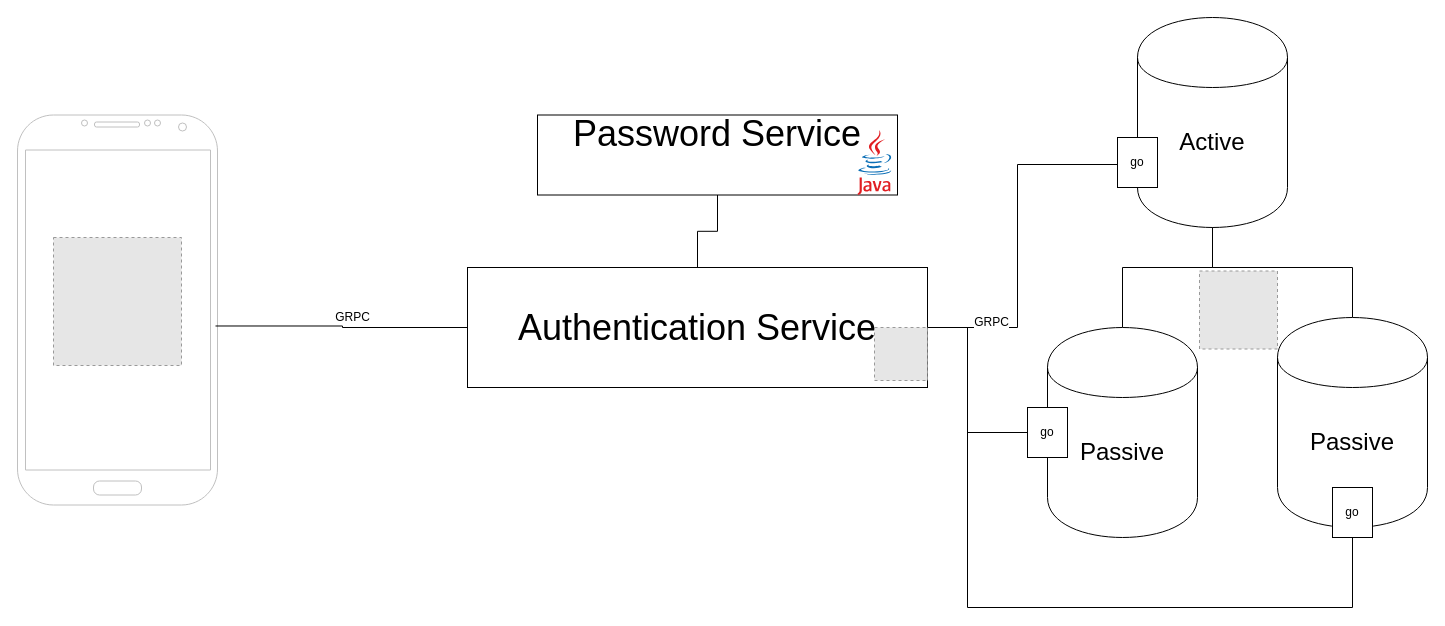
JoseIgnacioRetamalThomsen/FinalYearProject keeps this draw.io diagram as img/AuthService-UML.drawio. Above is the earlier version. Source tidied: cells renumbered, new cells numbered last; positions are measured from the earlier drawing's top-left corner, leaving out a move shared by most shapes. Both pictures are drawn from the tidied source at 100%, with x=0, y=0 at pixel (17, 17). Pictures stored in the file or linked from it are replaced by grey dashed boxes.
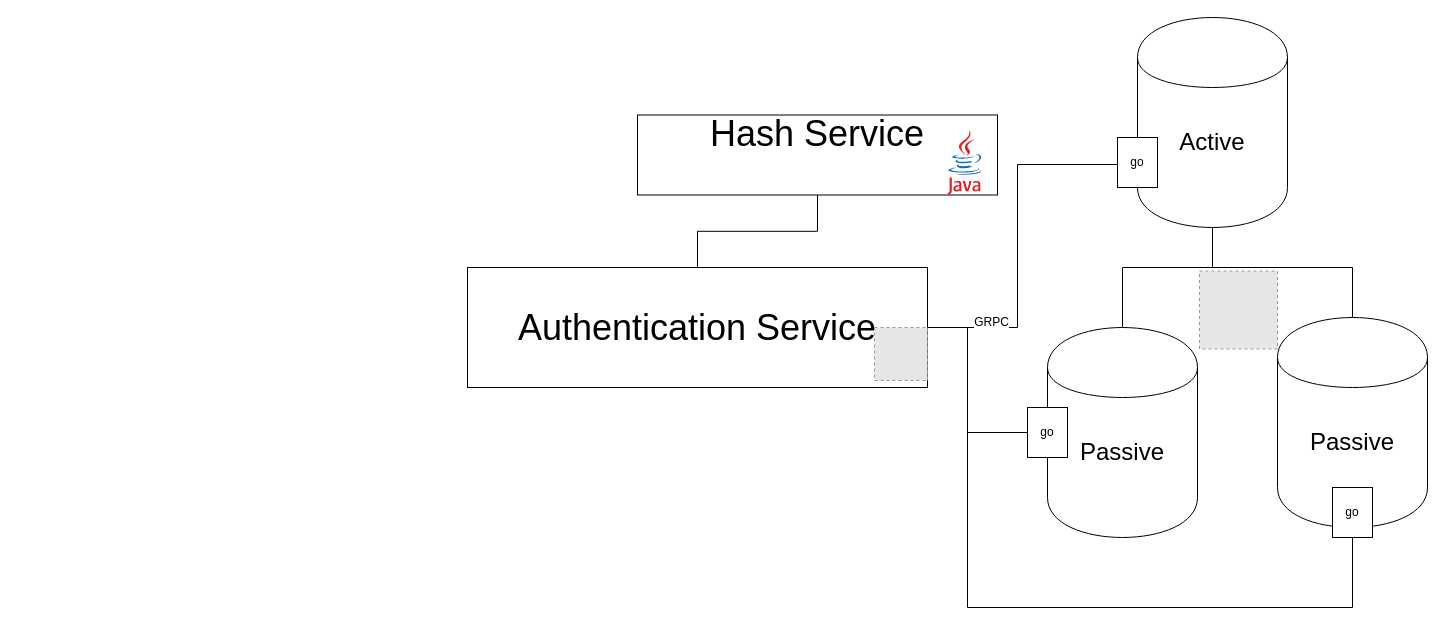
Above is the later version.

The change refers to these unchanged cells:
```xml
<mxCell id="14" value="&lt;font style=&quot;font-size: 36px&quot;&gt;Authentication Service&lt;/font&gt;" style="rounded=0;whiteSpace=wrap;html=1;" parent="1" vertex="1">
  <mxGeometry x="450" y="250" width="460" height="120" as="geometry" />
</mxCell>
```

The edit, as a diff of the source:
```diff
@@
-    <mxCell id="7" style="verticalLabelPosition=bottom;verticalAlign=top;html=1;shadow=0;dashed=0;strokeWidth=1;shape=mxgraph.android.phone2;strokeColor=#c0c0c0;" parent="1" vertex="1">
-      <mxGeometry y="97.5" width="200" height="390" as="geometry" />
-    </mxCell>
@@
-    <mxCell id="12" style="edgeStyle=orthogonalEdgeStyle;rounded=0;jettySize=auto;html=1;entryX=0.99;entryY=0.541;entryDx=0;entryDy=0;entryPerimeter=0;endArrow=none;endFill=0;" parent="1" edge="1" source="14" target="7">
-      <mxGeometry relative="1" as="geometry" />
-    </mxCell>
@@
-    <mxCell id="15" value="&lt;div style=&quot;font-size: 36px&quot; align=&quot;center&quot;&gt;&lt;font style=&quot;font-size: 36px&quot;&gt;Password Service&lt;/font&gt;&lt;/div&gt;&lt;div style=&quot;font-size: 36px&quot; align=&quot;center&quot;&gt;&lt;font style=&quot;font-size: 36px&quot;&gt;&lt;br&gt;&lt;/font&gt;&lt;/div&gt;" style="rounded=0;whiteSpace=wrap;html=1;align=center;" parent="1" vertex="1">
-      <mxGeometry x="520" y="97.5" width="360" height="80" as="geometry" />
+    <mxCell id="15" value="&lt;div style=&quot;font-size: 36px&quot; align=&quot;center&quot;&gt;&lt;font style=&quot;font-size: 36px&quot;&gt;Hash Service&lt;/font&gt;&lt;/div&gt;&lt;div style=&quot;font-size: 36px&quot; align=&quot;center&quot;&gt;&lt;font style=&quot;font-size: 36px&quot;&gt;&lt;br&gt;&lt;/font&gt;&lt;/div&gt;" style="rounded=0;whiteSpace=wrap;html=1;align=center;" parent="1" vertex="1">
+      <mxGeometry x="620" y="97.5" width="360" height="80" as="geometry" />
     </mxCell>
@@
     <mxCell id="19" style="dashed=0;html=1;align=center;labelPosition=center;verticalLabelPosition=bottom;verticalAlign=top;shape=mxgraph.weblogos.java;" parent="1" vertex="1">
-      <mxGeometry x="840" y="112.5" width="34.4" height="65" as="geometry" />
+      <mxGeometry x="930" y="112.5" width="34.4" height="65" as="geometry" />
     </mxCell>
@@
-    <mxCell id="21" style="fillColor=#E6E6E6;strokeColor=#999999;dashed=1;html=1;verticalAlign=top;verticalLabelPosition=bottom;labelBackgroundColor=#ffffff;" parent="1" vertex="1">
-      <mxGeometry x="36" y="220" width="128" height="128" as="geometry" />
-    </mxCell>
@@
-    <mxCell id="23" value="&lt;div&gt;GRPC&lt;/div&gt;&lt;div&gt;&lt;br&gt;&lt;/div&gt;" style="text;html=1;align=center;verticalAlign=middle;" parent="1" vertex="1">
-      <mxGeometry x="310" y="292" width="50" height="30" as="geometry" />
-    </mxCell>
```
